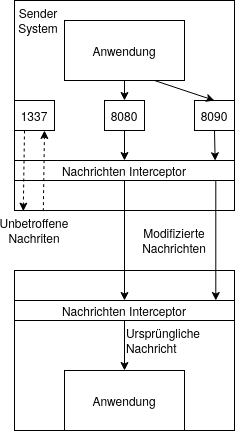
The draw.io diagram img/Design/Nachrichteninterceptor.png in Soockee/bachelor-thesis, before a commit. Source tidied: cells renumbered, new cells last; positions are measured from the earlier drawing's top-left corner, leaving out a move shared by most shapes. The source it was exported from:
```xml
<mxGraphModel>
  <root>
    <mxCell id="0" />
    <mxCell id="1" parent="0" />
    <mxCell id="2" value="&lt;div align=&quot;left&quot;&gt;&lt;br&gt;&lt;/div&gt;" style="rounded=0;whiteSpace=wrap;html=1;" parent="1" vertex="1">
      <mxGeometry width="220" height="210" as="geometry" />
    </mxCell>
    <mxCell id="3" value="Anwendung " style="rounded=0;whiteSpace=wrap;html=1;" parent="1" vertex="1">
      <mxGeometry x="50" y="20" width="120" height="60" as="geometry" />
    </mxCell>
    <mxCell id="4" value="Sender System" style="text;html=1;strokeColor=none;fillColor=none;align=center;verticalAlign=middle;whiteSpace=wrap;rounded=0;" parent="1" vertex="1">
      <mxGeometry x="4" y="10" width="40" height="20" as="geometry" />
    </mxCell>
    <mxCell id="5" value="Nachrichten Interceptor" style="rounded=0;whiteSpace=wrap;html=1;" parent="1" vertex="1">
      <mxGeometry y="160" width="220" height="20" as="geometry" />
    </mxCell>
    <mxCell id="6" value="8080" style="rounded=0;whiteSpace=wrap;html=1;" parent="1" vertex="1">
      <mxGeometry x="90" y="100" width="40" height="30" as="geometry" />
    </mxCell>
    <mxCell id="7" value="8090" style="rounded=0;whiteSpace=wrap;html=1;" parent="1" vertex="1">
      <mxGeometry x="180" y="100" width="40" height="30" as="geometry" />
    </mxCell>
    <mxCell id="8" value="1337" style="rounded=0;whiteSpace=wrap;html=1;" parent="1" vertex="1">
      <mxGeometry y="100" width="40" height="30" as="geometry" />
    </mxCell>
    <mxCell id="9" style="endArrow=classic;html=1;exitX=0.5;exitY=1;exitDx=0;exitDy=0;entryX=0.5;entryY=0;entryDx=0;entryDy=0;" parent="1" edge="1" source="3" target="6">
      <mxGeometry relative="1" as="geometry" />
    </mxCell>
    <mxCell id="10" style="endArrow=classic;html=1;exitX=0.75;exitY=1;exitDx=0;exitDy=0;entryX=0.5;entryY=0;entryDx=0;entryDy=0;" parent="1" edge="1" source="3" target="7">
      <mxGeometry relative="1" as="geometry" />
    </mxCell>
    <mxCell id="11" style="rounded=0;whiteSpace=wrap;html=1;" parent="1" vertex="1">
      <mxGeometry y="270" width="220" height="160" as="geometry" />
    </mxCell>
    <mxCell id="12" value="Nachrichten Interceptor" style="rounded=0;whiteSpace=wrap;html=1;" parent="1" vertex="1">
      <mxGeometry y="300" width="220" height="20" as="geometry" />
    </mxCell>
    <mxCell id="13" style="endArrow=classic;html=1;exitX=0.5;exitY=1;exitDx=0;exitDy=0;entryX=0.5;entryY=0;entryDx=0;entryDy=0;" parent="1" edge="1" source="5" target="12">
      <mxGeometry y="50" relative="1" as="geometry" />
    </mxCell>
    <mxCell id="14" value="Anwendung" style="rounded=0;whiteSpace=wrap;html=1;" parent="1" vertex="1">
      <mxGeometry x="50" y="370" width="120" height="60" as="geometry" />
    </mxCell>
    <mxCell id="15" style="endArrow=classic;html=1;exitX=0.5;exitY=1;exitDx=0;exitDy=0;entryX=0.5;entryY=0;entryDx=0;entryDy=0;" parent="1" edge="1" source="12" target="14">
      <mxGeometry relative="1" as="geometry" />
    </mxCell>
    <mxCell id="16" value="&lt;div align=&quot;left&quot;&gt;Ursprüngliche Nachricht&lt;/div&gt;" style="text;html=1;strokeColor=none;fillColor=none;align=left;verticalAlign=middle;whiteSpace=wrap;rounded=0;" parent="1" vertex="1">
      <mxGeometry x="110" y="330" width="40" height="20" as="geometry" />
    </mxCell>
    <mxCell id="17" style="endArrow=classic;html=1;exitX=0.5;exitY=1;exitDx=0;exitDy=0;entryX=0.5;entryY=0;entryDx=0;entryDy=0;" parent="1" edge="1" source="6" target="5">
      <mxGeometry relative="1" as="geometry" />
    </mxCell>
    <mxCell id="18" style="endArrow=classic;html=1;exitX=0.5;exitY=1;exitDx=0;exitDy=0;entryX=0.912;entryY=0.012;entryDx=0;entryDy=0;entryPerimeter=0;" parent="1" edge="1" source="7" target="5">
      <mxGeometry relative="1" as="geometry" />
    </mxCell>
    <mxCell id="19" style="endArrow=classic;html=1;exitX=0.25;exitY=1;exitDx=0;exitDy=0;entryX=0.04;entryY=1.003;entryDx=0;entryDy=0;entryPerimeter=0;dashed=1;" parent="1" edge="1" source="8" target="2">
      <mxGeometry relative="1" as="geometry" />
    </mxCell>
    <mxCell id="20" style="endArrow=classic;html=1;exitX=0.915;exitY=1.012;exitDx=0;exitDy=0;exitPerimeter=0;entryX=0.915;entryY=0;entryDx=0;entryDy=0;entryPerimeter=0;" parent="1" edge="1" source="5" target="12">
      <mxGeometry relative="1" as="geometry" />
    </mxCell>
    <mxCell id="21" value="Modifizierte Nachrichten" style="text;html=1;strokeColor=none;fillColor=none;align=center;verticalAlign=middle;whiteSpace=wrap;rounded=0;" parent="1" vertex="1">
      <mxGeometry x="140" y="230" width="40" height="20" as="geometry" />
    </mxCell>
    <mxCell id="22" style="endArrow=classic;html=1;exitX=0.131;exitY=1.003;exitDx=0;exitDy=0;entryX=0.75;entryY=1;entryDx=0;entryDy=0;dashed=1;exitPerimeter=0;" parent="1" edge="1" source="2" target="8">
      <mxGeometry relative="1" as="geometry" />
    </mxCell>
    <mxCell id="23" value="Unbetroffene Nachriten" style="text;html=1;strokeColor=none;fillColor=none;align=center;verticalAlign=middle;whiteSpace=wrap;rounded=0;" parent="1" vertex="1">
      <mxGeometry y="220" width="40" height="20" as="geometry" />
    </mxCell>
  </root>
</mxGraphModel>
```
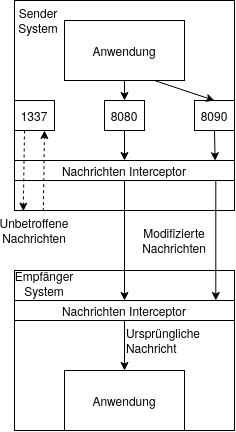
Above is the later version.

Change to the diagram source:
```diff
@@ -65,8 +65,11 @@
     <mxCell id="22" style="endArrow=classic;html=1;exitX=0.131;exitY=1.003;exitDx=0;exitDy=0;entryX=0.75;entryY=1;entryDx=0;entryDy=0;dashed=1;exitPerimeter=0;" parent="1" edge="1" source="2" target="8">
       <mxGeometry relative="1" as="geometry" />
     </mxCell>
-    <mxCell id="23" value="Unbetroffene Nachriten" style="text;html=1;strokeColor=none;fillColor=none;align=center;verticalAlign=middle;whiteSpace=wrap;rounded=0;" parent="1" vertex="1">
+    <mxCell id="23" value="Unbetroffene Nachrichten" style="text;html=1;strokeColor=none;fillColor=none;align=center;verticalAlign=middle;whiteSpace=wrap;rounded=0;" parent="1" vertex="1">
       <mxGeometry y="220" width="40" height="20" as="geometry" />
     </mxCell>
+    <mxCell id="24" value="Empfänger System" style="text;html=1;strokeColor=none;fillColor=none;align=center;verticalAlign=middle;whiteSpace=wrap;rounded=0;" parent="1" vertex="1">
+      <mxGeometry x="10" y="273" width="40" height="20" as="geometry" />
+    </mxCell>
   </root>
 </mxGraphModel>
```
